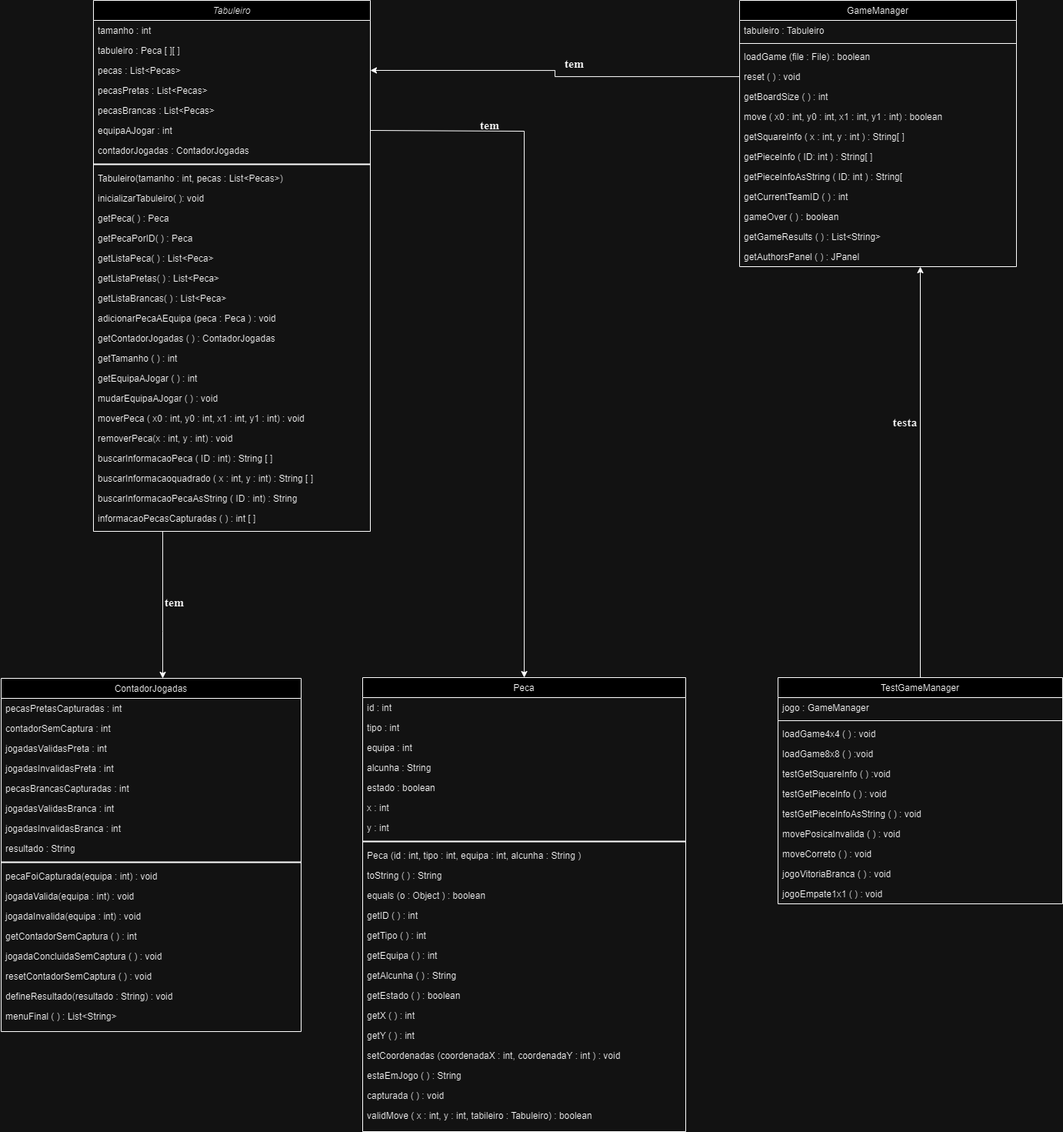
Before: UML.drawio.png, a diagram exported from draw.io (AndreJesus-22207061/DerbyChess). Source tidied: cells renumbered, new cells last; positions are measured from the earlier drawing's top-left corner, leaving out a move shared by most shapes.
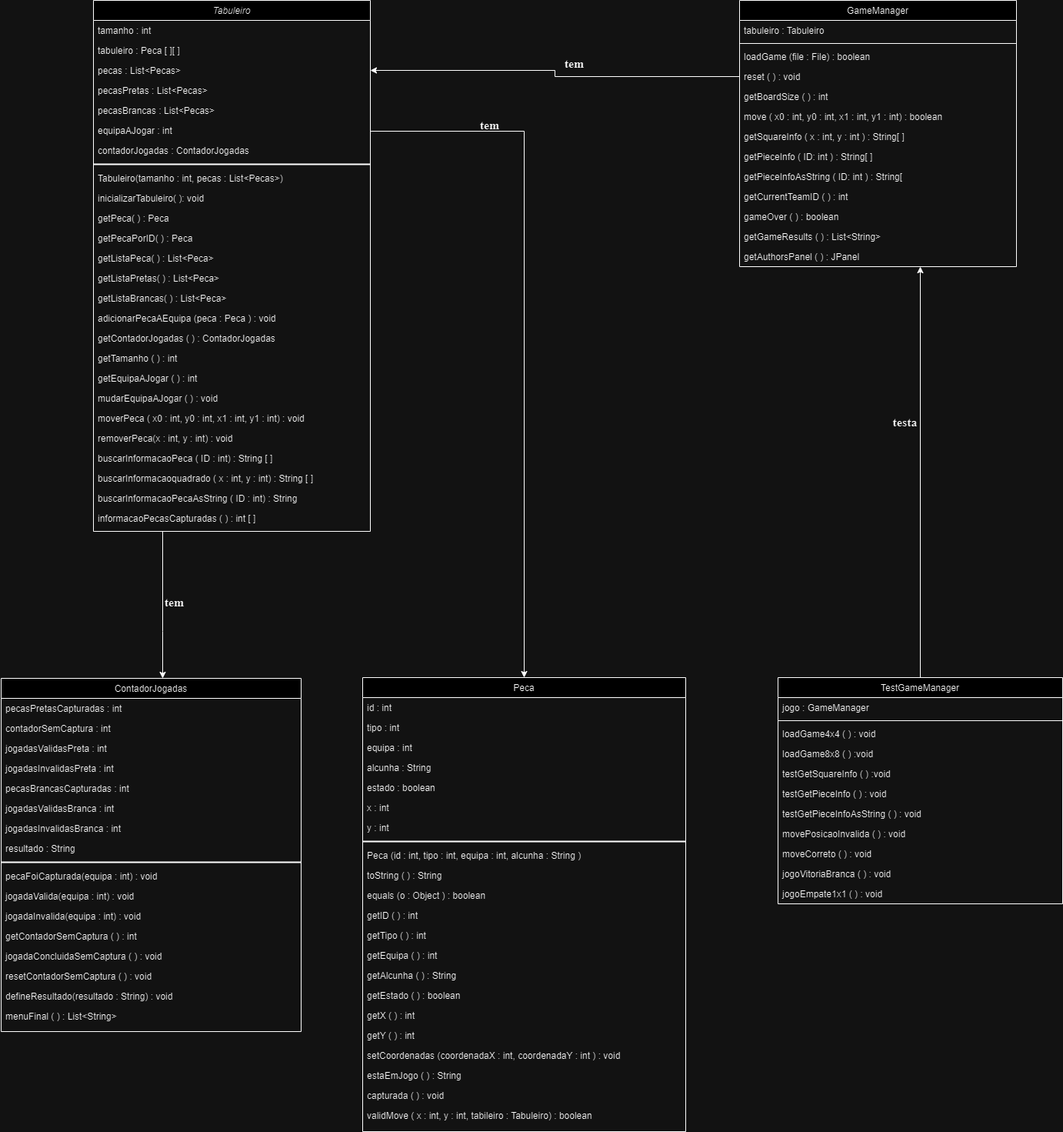
Above is the later version.

Commit message:
CORRIGIDO ERRO UML

Diff of the diagram source:
```diff
@@ -298,7 +298,7 @@
     <mxCell id="95" value="testGetPieceInfoAsString ( ) : void" style="text;align=left;verticalAlign=top;spacingLeft=4;spacingRight=4;overflow=hidden;" parent="88" vertex="1">
       <mxGeometry y="164" width="370" height="26" as="geometry" />
     </mxCell>
-    <mxCell id="96" value="movePosicaInvalida ( ) : void" style="text;align=left;verticalAlign=top;spacingLeft=4;spacingRight=4;overflow=hidden;" parent="88" vertex="1">
+    <mxCell id="96" value="movePosicaoInvalida ( ) : void" style="text;align=left;verticalAlign=top;spacingLeft=4;spacingRight=4;overflow=hidden;" parent="88" vertex="1">
       <mxGeometry y="190" width="370" height="26" as="geometry" />
     </mxCell>
     <mxCell id="97" value="moveCorreto ( ) : void" style="text;align=left;verticalAlign=top;spacingLeft=4;spacingRight=4;overflow=hidden;" parent="88" vertex="1">
```
